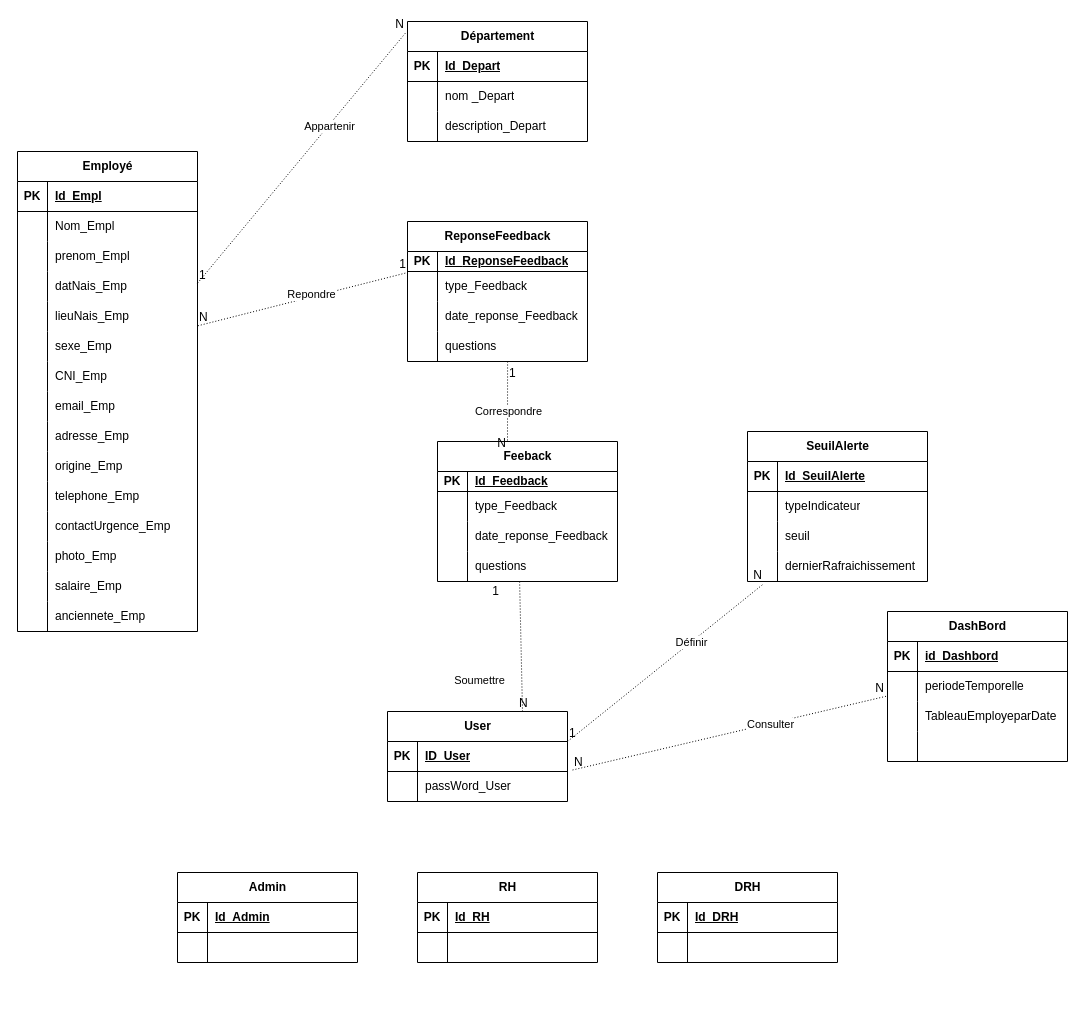
DylanTigo/sitemap_retentionPro keeps this draw.io diagram as MCD.drawio. Above is the earlier version. Source tidied: cells renumbered, new cells numbered last; positions are measured from the earlier drawing's top-left corner, leaving out a move shared by most shapes. Both pictures are drawn from the tidied source at 100%, with x=0, y=0 at pixel (17, 21).
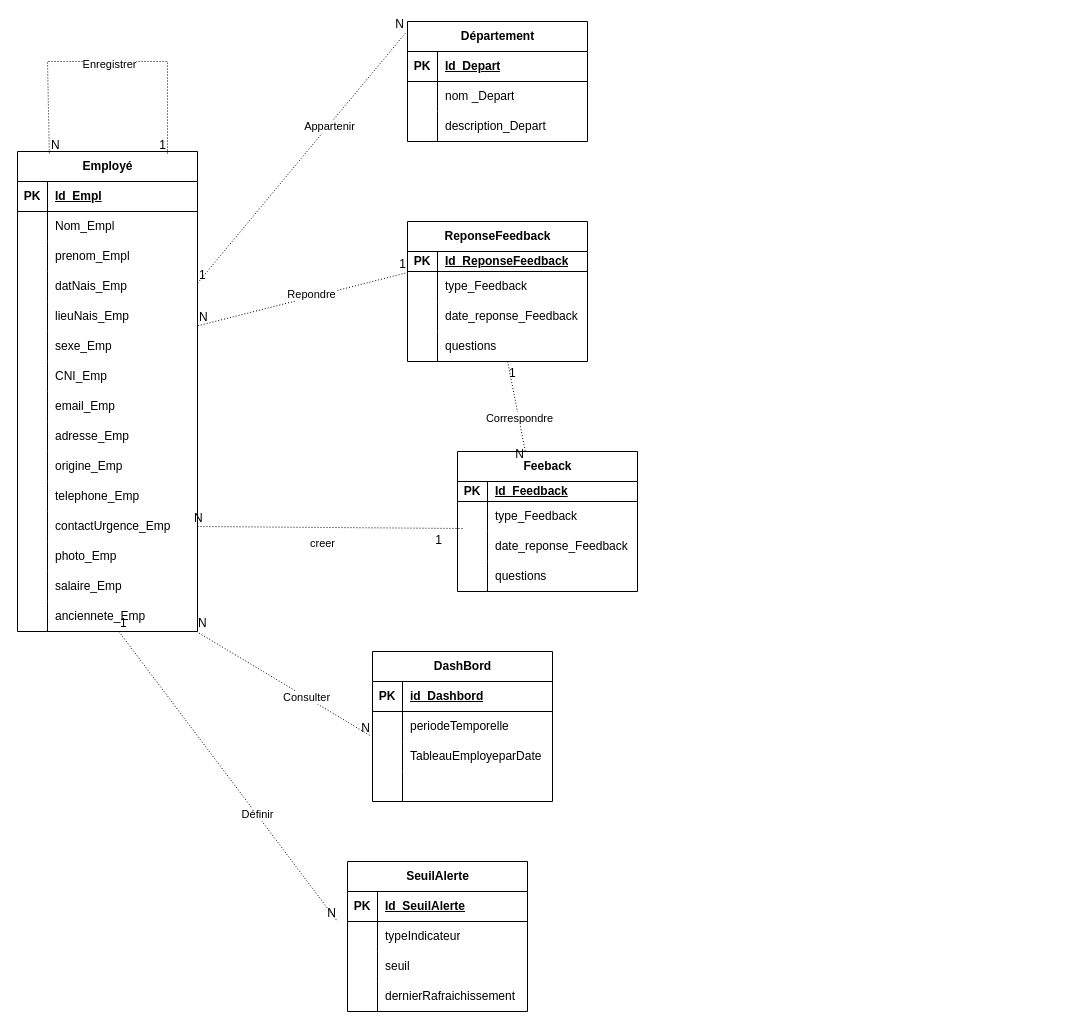
The same diagram, later.

Commit message:
Mettre à jour MCD.drawio

The change refers to these unchanged cells:
```xml
<mxCell id="2" value="Employé" style="shape=table;startSize=30;childLayout=tableLayout;rowLines=0;fontStyle=1;align=center;html=1;" parent="1" vertex="1">
  <mxGeometry y="130" width="180" height="480" as="geometry" />
</mxCell>
<mxCell id="36" style="shape=tableRow;horizontal=0;startSize=0;swimlaneHead=0;swimlaneBody=0;fillColor=none;points=[[0,0.5],[1,0.5]];portConstraint=eastwest;top=0;left=0;right=0;bottom=0;" parent="2" vertex="1">
  <mxGeometry y="360" width="180" height="30" as="geometry" />
</mxCell>
<mxCell id="45" style="shape=tableRow;horizontal=0;startSize=0;swimlaneHead=0;swimlaneBody=0;fillColor=none;points=[[0,0.5],[1,0.5]];portConstraint=eastwest;top=0;left=0;right=0;bottom=0;" parent="2" vertex="1">
  <mxGeometry y="450" width="180" height="30" as="geometry" />
</mxCell>
<mxCell id="65" style="shape=tableRow;horizontal=0;startSize=0;swimlaneHead=0;swimlaneBody=0;fillColor=none;points=[[0,0.5],[1,0.5]];portConstraint=eastwest;top=0;left=0;right=0;bottom=0;" parent="58" vertex="1">
  <mxGeometry y="80" width="180" height="30" as="geometry" />
</mxCell>
<mxCell id="68" style="shape=tableRow;horizontal=0;startSize=0;swimlaneHead=0;swimlaneBody=0;fillColor=none;points=[[0,0.5],[1,0.5]];portConstraint=eastwest;top=0;left=0;right=0;bottom=0;" parent="58" vertex="1">
  <mxGeometry y="110" width="180" height="30" as="geometry" />
</mxCell>
<mxCell id="88" style="shape=tableRow;horizontal=0;startSize=0;swimlaneHead=0;swimlaneBody=0;fillColor=none;points=[[0,0.5],[1,0.5]];portConstraint=eastwest;top=0;left=0;right=0;bottom=0;" parent="78" vertex="1">
  <mxGeometry y="110" width="180" height="30" as="geometry" />
</mxCell>
<mxCell id="119" style="shape=tableRow;horizontal=0;startSize=0;swimlaneHead=0;swimlaneBody=0;fillColor=none;points=[[0,0.5],[1,0.5]];portConstraint=eastwest;top=0;left=0;right=0;bottom=0;" parent="112" vertex="1">
  <mxGeometry y="90" width="180" height="30" as="geometry" />
</mxCell>
<mxCell id="135" style="shape=tableRow;horizontal=0;startSize=0;swimlaneHead=0;swimlaneBody=0;fillColor=none;points=[[0,0.5],[1,0.5]];portConstraint=eastwest;top=0;left=0;right=0;bottom=0;" parent="125" vertex="1">
  <mxGeometry y="120" width="180" height="30" as="geometry" />
</mxCell>
```

Change to the diagram source:
```diff
@@
     <mxCell id="58" value="Feeback" style="shape=table;startSize=30;childLayout=tableLayout;rowLines=0;fontStyle=1;align=center;html=1;" parent="1" vertex="1">
-      <mxGeometry x="420" y="420" width="180" height="140" as="geometry" />
+      <mxGeometry x="440" y="430" width="180" height="140" as="geometry" />
     </mxCell>
@@
-    <mxCell id="71" value="User" style="shape=table;startSize=30;childLayout=tableLayout;rowLines=0;fontStyle=1;align=center;html=1;" parent="1" vertex="1">
-      <mxGeometry x="370" y="690" width="180" height="90" as="geometry" />
-    </mxCell>
-    <mxCell id="72" style="shape=tableRow;horizontal=0;startSize=0;swimlaneHead=0;swimlaneBody=0;fillColor=none;points=[[0,0.5],[1,0.5]];portConstraint=eastwest;top=0;left=0;right=0;bottom=1;" parent="71" vertex="1">
-      <mxGeometry y="30" width="180" height="30" as="geometry" />
-    </mxCell>
-    <mxCell id="73" value="PK" style="shape=partialRectangle;fillColor=none;top=0;left=0;bottom=0;right=0;fontStyle=1;overflow=hidden;whiteSpace=wrap;html=1;" parent="72" vertex="1">
-      <mxGeometry width="30" height="30" as="geometry" />
-    </mxCell>
-    <mxCell id="74" value="ID_User" style="shape=partialRectangle;fillColor=none;top=0;left=0;bottom=0;right=0;align=left;spacingLeft=6;fontStyle=5;overflow=hidden;whiteSpace=wrap;html=1;" parent="72" vertex="1">
-      <mxGeometry x="30" width="150" height="30" as="geometry" />
-    </mxCell>
-    <mxCell id="75" style="shape=tableRow;horizontal=0;startSize=0;swimlaneHead=0;swimlaneBody=0;fillColor=none;points=[[0,0.5],[1,0.5]];portConstraint=eastwest;top=0;left=0;right=0;bottom=0;" parent="71" vertex="1">
-      <mxGeometry y="60" width="180" height="30" as="geometry" />
-    </mxCell>
-    <mxCell id="76" style="shape=partialRectangle;fillColor=none;top=0;left=0;bottom=0;right=0;overflow=hidden;whiteSpace=wrap;html=1;" parent="75" vertex="1">
-      <mxGeometry width="30" height="30" as="geometry" />
-    </mxCell>
-    <mxCell id="77" value="passWord_User" style="shape=partialRectangle;fillColor=none;top=0;left=0;bottom=0;right=0;align=left;spacingLeft=6;overflow=hidden;whiteSpace=wrap;html=1;" parent="75" vertex="1">
-      <mxGeometry x="30" width="150" height="30" as="geometry" />
-    </mxCell>
@@
-    <mxCell id="91" value="Admin" style="shape=table;startSize=30;childLayout=tableLayout;rowLines=0;fontStyle=1;align=center;html=1;" parent="1" vertex="1">
-      <mxGeometry x="160" y="851" width="180" height="90" as="geometry" />
-    </mxCell>
-    <mxCell id="92" style="shape=tableRow;horizontal=0;startSize=0;swimlaneHead=0;swimlaneBody=0;fillColor=none;top=0;left=0;right=0;bottom=1;" parent="91" vertex="1">
-      <mxGeometry y="30" width="180" height="30" as="geometry" />
-    </mxCell>
-    <mxCell id="93" value="PK" style="shape=partialRectangle;fillColor=none;top=0;left=0;bottom=0;right=0;fontStyle=1;overflow=hidden;whiteSpace=wrap;html=1;" parent="92" vertex="1">
-      <mxGeometry width="30" height="30" as="geometry" />
-    </mxCell>
-    <mxCell id="94" value="Id_Admin" style="shape=partialRectangle;fillColor=none;top=0;left=0;bottom=0;right=0;align=left;spacingLeft=6;fontStyle=5;overflow=hidden;whiteSpace=wrap;html=1;" parent="92" vertex="1">
-      <mxGeometry x="30" width="150" height="30" as="geometry" />
-    </mxCell>
-    <mxCell id="95" style="shape=tableRow;horizontal=0;startSize=0;swimlaneHead=0;swimlaneBody=0;fillColor=none;top=0;left=0;right=0;bottom=0;" parent="91" vertex="1">
-      <mxGeometry y="60" width="180" height="30" as="geometry" />
-    </mxCell>
-    <mxCell id="96" style="shape=partialRectangle;fillColor=none;top=0;left=0;bottom=0;right=0;overflow=hidden;whiteSpace=wrap;html=1;" parent="95" vertex="1">
-      <mxGeometry width="30" height="30" as="geometry" />
-    </mxCell>
-    <mxCell id="97" style="shape=partialRectangle;fillColor=none;top=0;left=0;bottom=0;right=0;align=left;spacingLeft=6;overflow=hidden;whiteSpace=wrap;html=1;" parent="95" vertex="1">
-      <mxGeometry x="30" width="150" height="30" as="geometry" />
-    </mxCell>
-    <mxCell id="98" value="RH" style="shape=table;startSize=30;childLayout=tableLayout;rowLines=0;fontStyle=1;align=center;html=1;" parent="1" vertex="1">
-      <mxGeometry x="400" y="851" width="180" height="90" as="geometry" />
-    </mxCell>
-    <mxCell id="99" style="shape=tableRow;horizontal=0;startSize=0;swimlaneHead=0;swimlaneBody=0;fillColor=none;top=0;left=0;right=0;bottom=1;" parent="98" vertex="1">
-      <mxGeometry y="30" width="180" height="30" as="geometry" />
-    </mxCell>
-    <mxCell id="100" value="PK" style="shape=partialRectangle;fillColor=none;top=0;left=0;bottom=0;right=0;fontStyle=1;overflow=hidden;whiteSpace=wrap;html=1;" parent="99" vertex="1">
-      <mxGeometry width="30" height="30" as="geometry" />
-    </mxCell>
-    <mxCell id="101" value="Id_RH" style="shape=partialRectangle;fillColor=none;top=0;left=0;bottom=0;right=0;align=left;spacingLeft=6;fontStyle=5;overflow=hidden;whiteSpace=wrap;html=1;" parent="99" vertex="1">
-      <mxGeometry x="30" width="150" height="30" as="geometry" />
-    </mxCell>
-    <mxCell id="102" style="shape=tableRow;horizontal=0;startSize=0;swimlaneHead=0;swimlaneBody=0;fillColor=none;top=0;left=0;right=0;bottom=0;" parent="98" vertex="1">
-      <mxGeometry y="60" width="180" height="30" as="geometry" />
-    </mxCell>
-    <mxCell id="103" style="shape=partialRectangle;fillColor=none;top=0;left=0;bottom=0;right=0;overflow=hidden;whiteSpace=wrap;html=1;" parent="102" vertex="1">
-      <mxGeometry width="30" height="30" as="geometry" />
-    </mxCell>
-    <mxCell id="104" style="shape=partialRectangle;fillColor=none;top=0;left=0;bottom=0;right=0;align=left;spacingLeft=6;overflow=hidden;whiteSpace=wrap;html=1;" parent="102" vertex="1">
-      <mxGeometry x="30" width="150" height="30" as="geometry" />
-    </mxCell>
-    <mxCell id="105" value="DRH" style="shape=table;startSize=30;childLayout=tableLayout;rowLines=0;fontStyle=1;align=center;html=1;" parent="1" vertex="1">
-      <mxGeometry x="640" y="851" width="180" height="90" as="geometry" />
-    </mxCell>
-    <mxCell id="106" style="shape=tableRow;horizontal=0;startSize=0;swimlaneHead=0;swimlaneBody=0;fillColor=none;top=0;left=0;right=0;bottom=1;" parent="105" vertex="1">
-      <mxGeometry y="30" width="180" height="30" as="geometry" />
-    </mxCell>
-    <mxCell id="107" value="PK" style="shape=partialRectangle;fillColor=none;top=0;left=0;bottom=0;right=0;fontStyle=1;overflow=hidden;whiteSpace=wrap;html=1;" parent="106" vertex="1">
-      <mxGeometry width="30" height="30" as="geometry" />
-    </mxCell>
-    <mxCell id="108" value="Id_DRH" style="shape=partialRectangle;fillColor=none;top=0;left=0;bottom=0;right=0;align=left;spacingLeft=6;fontStyle=5;overflow=hidden;whiteSpace=wrap;html=1;" parent="106" vertex="1">
-      <mxGeometry x="30" width="150" height="30" as="geometry" />
-    </mxCell>
-    <mxCell id="109" style="shape=tableRow;horizontal=0;startSize=0;swimlaneHead=0;swimlaneBody=0;fillColor=none;top=0;left=0;right=0;bottom=0;" parent="105" vertex="1">
-      <mxGeometry y="60" width="180" height="30" as="geometry" />
-    </mxCell>
-    <mxCell id="110" style="shape=partialRectangle;fillColor=none;top=0;left=0;bottom=0;right=0;overflow=hidden;whiteSpace=wrap;html=1;" parent="109" vertex="1">
-      <mxGeometry width="30" height="30" as="geometry" />
-    </mxCell>
-    <mxCell id="111" style="shape=partialRectangle;fillColor=none;top=0;left=0;bottom=0;right=0;align=left;spacingLeft=6;overflow=hidden;whiteSpace=wrap;html=1;" parent="109" vertex="1">
-      <mxGeometry x="30" width="150" height="30" as="geometry" />
-    </mxCell>
     <mxCell id="112" value="DashBord" style="shape=table;startSize=30;childLayout=tableLayout;rowLines=0;fontStyle=1;align=center;html=1;" parent="1" vertex="1">
-      <mxGeometry x="870" y="590" width="180" height="150" as="geometry" />
+      <mxGeometry x="355" y="630" width="180" height="150" as="geometry" />
     </mxCell>
@@
     <mxCell id="125" value="SeuilAlerte" style="shape=table;startSize=30;childLayout=tableLayout;rowLines=0;fontStyle=1;align=center;html=1;" parent="1" vertex="1">
-      <mxGeometry x="730" y="410" width="180" height="150" as="geometry" />
+      <mxGeometry x="330" y="840" width="180" height="150" as="geometry" />
     </mxCell>
@@
-    <mxCell id="146" style="endArrow=none;html=1;rounded=0;dashed=1;dashPattern=1 2;exitX=0.75;exitY=0;exitDx=0;exitDy=0;entryX=0.456;entryY=0.941;entryDx=0;entryDy=0;entryPerimeter=0;" parent="1" edge="1" source="71" target="68">
+    <mxCell id="146" style="endArrow=none;html=1;rounded=0;dashed=1;dashPattern=1 2;entryX=0.028;entryY=-0.1;entryDx=0;entryDy=0;entryPerimeter=0;exitX=1;exitY=0.5;exitDx=0;exitDy=0;" parent="1" edge="1" source="36" target="65">
       <mxGeometry relative="1" as="geometry" />
     </mxCell>
@@
-    <mxCell id="149" value="Soumettre" style="edgeLabel;html=1;align=center;verticalAlign=middle;" parent="146" vertex="1">
+    <mxCell id="149" value="creer" style="edgeLabel;html=1;align=center;verticalAlign=middle;" parent="146" vertex="1">
       <mxGeometry x="0.26" relative="1" as="geometry">
-        <mxPoint x="-42" y="51" as="offset" />
+        <mxPoint x="-42" y="15" as="offset" />
       </mxGeometry>
     </mxCell>
-    <mxCell id="150" style="endArrow=none;html=1;rounded=0;dashed=1;dashPattern=1 2;exitX=0.556;exitY=1;exitDx=0;exitDy=0;exitPerimeter=0;" parent="1" edge="1" source="88">
-      <mxGeometry relative="1" as="geometry">
-        <mxPoint x="490" y="420" as="targetPoint" />
-      </mxGeometry>
+    <mxCell id="150" style="endArrow=none;html=1;rounded=0;dashed=1;dashPattern=1 2;exitX=0.556;exitY=1;exitDx=0;exitDy=0;exitPerimeter=0;entryX=0.378;entryY=0.007;entryDx=0;entryDy=0;entryPerimeter=0;" parent="1" edge="1" source="88" target="58">
+      <mxGeometry relative="1" as="geometry" />
     </mxCell>
@@
-    <mxCell id="154" style="endArrow=none;html=1;rounded=0;dashed=1;dashPattern=1 2;entryX=0.09;entryY=1.075;entryDx=0;entryDy=0;entryPerimeter=0;exitX=1;exitY=0;exitDx=0;exitDy=0;exitPerimeter=0;" parent="1" edge="1" source="72" target="135">
-      <mxGeometry relative="1" as="geometry" />
+    <mxCell id="154" style="endArrow=none;html=1;rounded=0;dashed=1;dashPattern=1 2;" parent="1" edge="1" source="45">
+      <mxGeometry relative="1" as="geometry">
+        <mxPoint x="320" y="900" as="targetPoint" />
+      </mxGeometry>
     </mxCell>
@@
-    <mxCell id="158" style="endArrow=none;html=1;rounded=0;dashed=1;dashPattern=1 2;entryX=-0.007;entryY=-0.175;entryDx=0;entryDy=0;entryPerimeter=0;exitX=1.028;exitY=-0.05;exitDx=0;exitDy=0;exitPerimeter=0;" parent="1" edge="1" source="75" target="119">
+    <mxCell id="158" style="endArrow=none;html=1;rounded=0;dashed=1;dashPattern=1 2;entryX=-0.007;entryY=-0.175;entryDx=0;entryDy=0;entryPerimeter=0;exitX=0.994;exitY=1;exitDx=0;exitDy=0;exitPerimeter=0;" parent="1" edge="1" source="45" target="119">
       <mxGeometry relative="1" as="geometry" />
     </mxCell>
@@
+    <mxCell id="162" style="endArrow=none;html=1;rounded=0;dashed=1;dashPattern=1 2;exitX=0.177;exitY=0.004;exitDx=0;exitDy=0;exitPerimeter=0;" parent="1" edge="1" source="2">
+      <mxGeometry relative="1" as="geometry">
+        <mxPoint x="150" y="132" as="targetPoint" />
+        <Array as="points">
+          <mxPoint x="30" y="40" />
+          <mxPoint x="150" y="40" />
+        </Array>
+      </mxGeometry>
+    </mxCell>
+    <mxCell id="163" value="N" style="html=1;whiteSpace=wrap;align=left;verticalAlign=bottom;" parent="162" vertex="1">
+      <mxGeometry x="-1" relative="1" as="geometry" />
+    </mxCell>
+    <mxCell id="164" value="1" style="html=1;whiteSpace=wrap;align=right;verticalAlign=bottom;" parent="162" vertex="1">
+      <mxGeometry x="1" relative="1" as="geometry" />
+    </mxCell>
+    <mxCell id="165" value="Enregistrer" style="edgeLabel;html=1;align=center;verticalAlign=middle;" parent="162" vertex="1">
+      <mxGeometry x="0.01" y="-2" relative="1" as="geometry" />
+    </mxCell>
```
